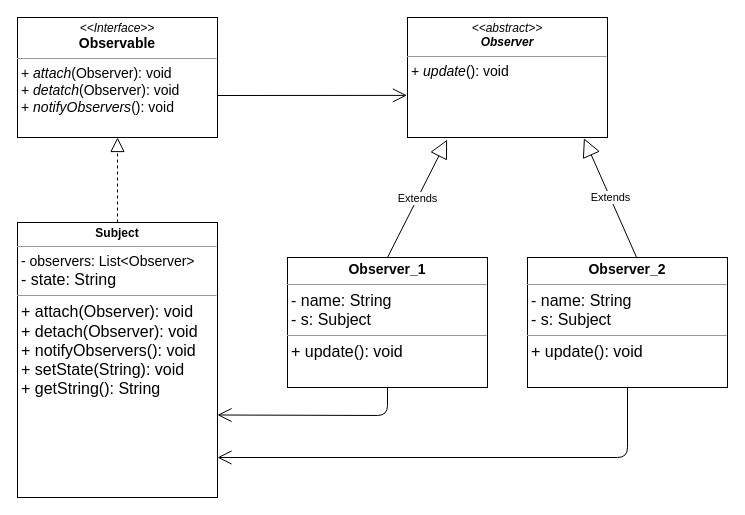
Before: observer_class_pull.drawio in 05-FUEM-I-ComCaveMS/02_Design_Patterns, a draw.io diagram. Source tidied: cells renumbered, new cells numbered last; positions are measured from the earlier drawing's top-left corner, leaving out a move shared by most shapes. Both pictures are drawn from the tidied source at 100%, with x=0, y=0 at pixel (17, 17).
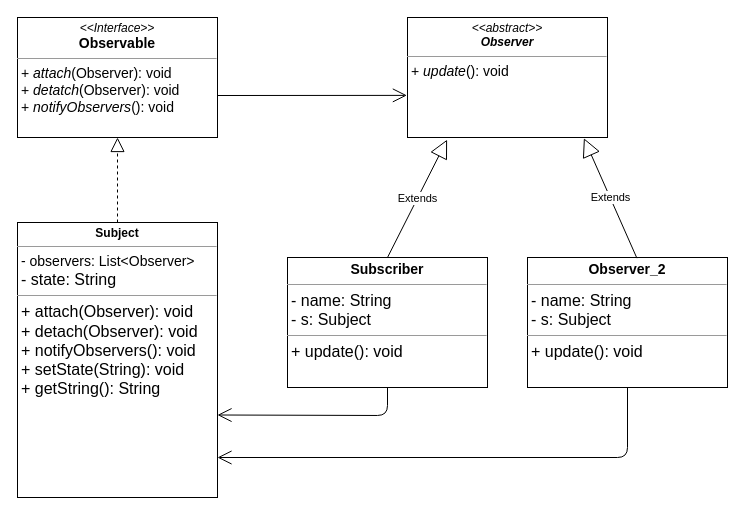
The same page after the edit.

Commit message (it also covers changes not shown here):
observer / Update App/Subscriber

What changed in the source:
```diff
@@
 <mxGraphModel>
   <root>
     <mxCell id="0" />
     <mxCell id="1" parent="0" />
-    <mxCell id="2" value="&lt;p style=&quot;margin: 0px ; margin-top: 4px ; text-align: center&quot;&gt;&lt;b&gt;&lt;font style=&quot;font-size: 14px&quot;&gt;Observer_1&lt;/font&gt;&lt;/b&gt;&lt;/p&gt;&lt;hr size=&quot;1&quot;&gt;&lt;p style=&quot;margin: 0px ; margin-left: 4px&quot;&gt;&lt;font size=&quot;3&quot;&gt;- name: String&lt;/font&gt;&lt;/p&gt;&lt;p style=&quot;margin: 0px ; margin-left: 4px&quot;&gt;&lt;font size=&quot;3&quot;&gt;- s: Subject&lt;/font&gt;&lt;/p&gt;&lt;hr size=&quot;1&quot;&gt;&lt;p style=&quot;margin: 0px ; margin-left: 4px&quot;&gt;&lt;font size=&quot;3&quot;&gt;+&amp;nbsp;&lt;/font&gt;&lt;span style=&quot;font-size: medium&quot;&gt;update&lt;/span&gt;&lt;font size=&quot;3&quot;&gt;(): void&lt;/font&gt;&lt;/p&gt;&lt;p style=&quot;margin: 0px ; margin-left: 4px&quot;&gt;&lt;br&gt;&lt;/p&gt;&lt;p style=&quot;margin: 0px ; margin-left: 4px&quot;&gt;&lt;font size=&quot;3&quot;&gt;&lt;br&gt;&lt;/font&gt;&lt;/p&gt;&lt;p style=&quot;margin: 0px ; margin-left: 4px&quot;&gt;&lt;font size=&quot;3&quot;&gt;&lt;br&gt;&lt;/font&gt;&lt;/p&gt;&lt;p style=&quot;margin: 0px ; margin-left: 4px&quot;&gt;&lt;br&gt;&lt;/p&gt;&lt;p style=&quot;margin: 0px ; margin-left: 4px&quot;&gt;&lt;br&gt;&lt;/p&gt;&lt;p style=&quot;margin: 0px ; margin-left: 4px&quot;&gt;&lt;br&gt;&lt;/p&gt;" style="verticalAlign=top;align=left;overflow=fill;fontSize=12;fontFamily=Helvetica;html=1;" parent="1" vertex="1">
+    <mxCell id="2" value="&lt;p style=&quot;margin: 0px ; margin-top: 4px ; text-align: center&quot;&gt;&lt;span style=&quot;font-size: 14px;&quot;&gt;&lt;b&gt;Subscriber&lt;/b&gt;&lt;/span&gt;&lt;br&gt;&lt;/p&gt;&lt;hr size=&quot;1&quot;&gt;&lt;p style=&quot;margin: 0px ; margin-left: 4px&quot;&gt;&lt;font size=&quot;3&quot;&gt;- name: String&lt;/font&gt;&lt;/p&gt;&lt;p style=&quot;margin: 0px ; margin-left: 4px&quot;&gt;&lt;font size=&quot;3&quot;&gt;- s: Subject&lt;/font&gt;&lt;/p&gt;&lt;hr size=&quot;1&quot;&gt;&lt;p style=&quot;margin: 0px ; margin-left: 4px&quot;&gt;&lt;font size=&quot;3&quot;&gt;+&amp;nbsp;&lt;/font&gt;&lt;span style=&quot;font-size: medium&quot;&gt;update&lt;/span&gt;&lt;font size=&quot;3&quot;&gt;(): void&lt;/font&gt;&lt;/p&gt;&lt;p style=&quot;margin: 0px ; margin-left: 4px&quot;&gt;&lt;br&gt;&lt;/p&gt;&lt;p style=&quot;margin: 0px ; margin-left: 4px&quot;&gt;&lt;font size=&quot;3&quot;&gt;&lt;br&gt;&lt;/font&gt;&lt;/p&gt;&lt;p style=&quot;margin: 0px ; margin-left: 4px&quot;&gt;&lt;font size=&quot;3&quot;&gt;&lt;br&gt;&lt;/font&gt;&lt;/p&gt;&lt;p style=&quot;margin: 0px ; margin-left: 4px&quot;&gt;&lt;br&gt;&lt;/p&gt;&lt;p style=&quot;margin: 0px ; margin-left: 4px&quot;&gt;&lt;br&gt;&lt;/p&gt;&lt;p style=&quot;margin: 0px ; margin-left: 4px&quot;&gt;&lt;br&gt;&lt;/p&gt;" style="verticalAlign=top;align=left;overflow=fill;fontSize=12;fontFamily=Helvetica;html=1;" parent="1" vertex="1">
       <mxGeometry x="270" y="240" width="200" height="130" as="geometry" />
     </mxCell>
     <mxCell id="3" style="edgeStyle=orthogonalEdgeStyle;rounded=0;orthogonalLoop=1;jettySize=auto;html=1;exitX=0.5;exitY=1;exitDx=0;exitDy=0;" parent="1" edge="1" source="2" target="2">
       <mxGeometry relative="1" as="geometry" />
     </mxCell>
     <mxCell id="4" value="&lt;p style=&quot;margin: 0px ; margin-top: 4px ; text-align: center&quot;&gt;&lt;b&gt;&lt;font style=&quot;font-size: 12px&quot;&gt;Subject&lt;/font&gt;&lt;/b&gt;&lt;/p&gt;&lt;hr size=&quot;1&quot;&gt;&lt;p style=&quot;margin: 0px ; margin-left: 4px&quot;&gt;&lt;font style=&quot;font-size: 14px&quot;&gt;- observers: List&amp;lt;Observer&amp;gt;&lt;/font&gt;&lt;/p&gt;&lt;p style=&quot;margin: 0px ; margin-left: 4px&quot;&gt;&lt;font size=&quot;3&quot;&gt;- state: String&lt;/font&gt;&lt;/p&gt;&lt;hr size=&quot;1&quot;&gt;&lt;p style=&quot;margin: 0px ; margin-left: 4px&quot;&gt;&lt;font size=&quot;3&quot;&gt;+&amp;nbsp;attach(Observer): void&lt;/font&gt;&lt;/p&gt;&lt;p style=&quot;margin: 0px ; margin-left: 4px&quot;&gt;&lt;font size=&quot;3&quot;&gt;+ detach&lt;/font&gt;&lt;font size=&quot;3&quot;&gt;(Observer): void&lt;br&gt;+ notifyObservers(): void&lt;/font&gt;&lt;/p&gt;&lt;p style=&quot;margin: 0px ; margin-left: 4px&quot;&gt;&lt;font size=&quot;3&quot;&gt;+ setState(String): void&lt;/font&gt;&lt;/p&gt;&lt;p style=&quot;margin: 0px ; margin-left: 4px&quot;&gt;&lt;font size=&quot;3&quot;&gt;+ getString(): String&lt;/font&gt;&lt;/p&gt;&lt;br&gt;&lt;p style=&quot;margin: 0px ; margin-left: 4px&quot;&gt;&lt;font size=&quot;3&quot;&gt;&lt;br&gt;&lt;/font&gt;&lt;/p&gt;&lt;p style=&quot;margin: 0px ; margin-left: 4px&quot;&gt;&lt;font size=&quot;3&quot;&gt;&lt;br&gt;&lt;/font&gt;&lt;/p&gt;&lt;p style=&quot;margin: 0px ; margin-left: 4px&quot;&gt;&lt;br&gt;&lt;/p&gt;&lt;p style=&quot;margin: 0px ; margin-left: 4px&quot;&gt;&lt;br&gt;&lt;/p&gt;&lt;p style=&quot;margin: 0px ; margin-left: 4px&quot;&gt;&lt;br&gt;&lt;/p&gt;" style="verticalAlign=top;align=left;overflow=fill;fontSize=12;fontFamily=Helvetica;html=1;" parent="1" vertex="1">
       <mxGeometry y="205" width="200" height="275" as="geometry" />
     </mxCell>
     <mxCell id="5" style="edgeStyle=orthogonalEdgeStyle;rounded=0;orthogonalLoop=1;jettySize=auto;html=1;exitX=0.5;exitY=1;exitDx=0;exitDy=0;" parent="1" edge="1">
       <mxGeometry relative="1" as="geometry">
         <mxPoint x="290" y="240" as="sourcePoint" />
         <mxPoint x="290" y="240" as="targetPoint" />
       </mxGeometry>
     </mxCell>
     <mxCell id="6" value="&lt;p style=&quot;margin: 0px ; margin-top: 4px ; text-align: center&quot;&gt;&lt;i&gt;&amp;lt;&amp;lt;Interface&amp;gt;&amp;gt;&lt;/i&gt;&lt;br&gt;&lt;b&gt;&lt;font style=&quot;font-size: 14px&quot;&gt;Observable&lt;/font&gt;&lt;/b&gt;&lt;/p&gt;&lt;hr size=&quot;1&quot;&gt;&lt;p style=&quot;margin: 0px ; margin-left: 4px&quot;&gt;&lt;font style=&quot;font-size: 14px&quot;&gt;+ &lt;i&gt;attach&lt;/i&gt;(Observer): void&lt;br&gt;+ &lt;i&gt;detatch&lt;/i&gt;(Observer): void&lt;br&gt;&lt;/font&gt;&lt;/p&gt;&lt;p style=&quot;margin: 0px ; margin-left: 4px&quot;&gt;&lt;font style=&quot;font-size: 14px&quot;&gt;+ &lt;i&gt;notifyObservers&lt;/i&gt;(): void&lt;/font&gt;&lt;br&gt;&lt;/p&gt;" style="verticalAlign=top;align=left;overflow=fill;fontSize=12;fontFamily=Helvetica;html=1;" parent="1" vertex="1">
       <mxGeometry width="200" height="120" as="geometry" />
     </mxCell>
     <mxCell id="7" value="&lt;p style=&quot;margin: 0px ; margin-top: 4px ; text-align: center&quot;&gt;&lt;i&gt;&amp;lt;&amp;lt;abstract&amp;gt;&amp;gt;&lt;/i&gt;&lt;br&gt;&lt;b&gt;&lt;i&gt;Observer&lt;/i&gt;&lt;/b&gt;&lt;/p&gt;&lt;hr size=&quot;1&quot;&gt;&lt;p style=&quot;margin: 0px ; margin-left: 4px&quot;&gt;&lt;span style=&quot;font-size: 14px&quot;&gt;+ &lt;/span&gt;&lt;i style=&quot;font-size: 14px&quot;&gt;update&lt;/i&gt;&lt;span style=&quot;font-size: 14px&quot;&gt;(): void&lt;/span&gt;&lt;br&gt;&lt;/p&gt;" style="verticalAlign=top;align=left;overflow=fill;fontSize=12;fontFamily=Helvetica;html=1;" parent="1" vertex="1">
       <mxGeometry x="390" width="200" height="120" as="geometry" />
     </mxCell>
     <mxCell id="8" style="endArrow=block;dashed=1;endFill=0;endSize=12;html=1;exitX=0.5;exitY=0;exitDx=0;exitDy=0;entryX=0.5;entryY=1;entryDx=0;entryDy=0;" parent="1" edge="1" source="4" target="6">
       <mxGeometry relative="1" as="geometry" />
     </mxCell>
     <mxCell id="9" value="&lt;p style=&quot;margin: 0px ; margin-top: 4px ; text-align: center&quot;&gt;&lt;b&gt;&lt;font style=&quot;font-size: 14px&quot;&gt;Observer_2&lt;/font&gt;&lt;/b&gt;&lt;/p&gt;&lt;hr size=&quot;1&quot;&gt;&lt;p style=&quot;margin: 0px ; margin-left: 4px&quot;&gt;&lt;font size=&quot;3&quot;&gt;- name: String&lt;/font&gt;&lt;/p&gt;&lt;p style=&quot;margin: 0px ; margin-left: 4px&quot;&gt;&lt;font size=&quot;3&quot;&gt;- s: Subject&lt;/font&gt;&lt;/p&gt;&lt;hr size=&quot;1&quot;&gt;&lt;p style=&quot;margin: 0px ; margin-left: 4px&quot;&gt;&lt;font size=&quot;3&quot;&gt;+&amp;nbsp;&lt;/font&gt;&lt;span style=&quot;font-size: medium&quot;&gt;update&lt;/span&gt;&lt;font size=&quot;3&quot;&gt;(): void&lt;/font&gt;&lt;/p&gt;&lt;p style=&quot;margin: 0px ; margin-left: 4px&quot;&gt;&lt;br&gt;&lt;/p&gt;&lt;p style=&quot;margin: 0px ; margin-left: 4px&quot;&gt;&lt;font size=&quot;3&quot;&gt;&lt;br&gt;&lt;/font&gt;&lt;/p&gt;&lt;p style=&quot;margin: 0px ; margin-left: 4px&quot;&gt;&lt;font size=&quot;3&quot;&gt;&lt;br&gt;&lt;/font&gt;&lt;/p&gt;&lt;p style=&quot;margin: 0px ; margin-left: 4px&quot;&gt;&lt;br&gt;&lt;/p&gt;&lt;p style=&quot;margin: 0px ; margin-left: 4px&quot;&gt;&lt;br&gt;&lt;/p&gt;&lt;p style=&quot;margin: 0px ; margin-left: 4px&quot;&gt;&lt;br&gt;&lt;/p&gt;" style="verticalAlign=top;align=left;overflow=fill;fontSize=12;fontFamily=Helvetica;html=1;" parent="1" vertex="1">
       <mxGeometry x="510" y="240" width="200" height="130" as="geometry" />
     </mxCell>
     <mxCell id="10" value="Extends" style="endArrow=block;endSize=16;endFill=0;html=1;exitX=0.5;exitY=0;exitDx=0;exitDy=0;entryX=0.198;entryY=1.018;entryDx=0;entryDy=0;entryPerimeter=0;" parent="1" edge="1" source="2" target="7">
       <mxGeometry relative="1" as="geometry" />
     </mxCell>
     <mxCell id="11" value="Extends" style="endArrow=block;endSize=16;endFill=0;html=1;exitX=0.547;exitY=0.005;exitDx=0;exitDy=0;exitPerimeter=0;entryX=0.882;entryY=1.006;entryDx=0;entryDy=0;entryPerimeter=0;" parent="1" edge="1" source="9" target="7">
       <mxGeometry relative="1" as="geometry" />
     </mxCell>
     <mxCell id="12" style="endArrow=open;endFill=1;endSize=12;html=1;" parent="1" edge="1">
       <mxGeometry relative="1" as="geometry">
         <mxPoint x="610" y="370" as="sourcePoint" />
         <mxPoint x="200" y="440" as="targetPoint" />
         <Array as="points">
           <mxPoint x="610" y="440" />
         </Array>
       </mxGeometry>
     </mxCell>
     <mxCell id="13" style="endArrow=open;endFill=1;endSize=12;html=1;exitX=0.5;exitY=1;exitDx=0;exitDy=0;entryX=1;entryY=0.7;entryDx=0;entryDy=0;entryPerimeter=0;" parent="1" edge="1" source="2" target="4">
       <mxGeometry relative="1" as="geometry">
         <Array as="points">
           <mxPoint x="370" y="398" />
         </Array>
       </mxGeometry>
     </mxCell>
     <mxCell id="14" style="endArrow=open;endFill=1;endSize=12;html=1;entryX=-0.003;entryY=0.649;entryDx=0;entryDy=0;entryPerimeter=0;" parent="1" edge="1" target="7">
       <mxGeometry relative="1" as="geometry">
         <mxPoint x="200" y="78" as="sourcePoint" />
       </mxGeometry>
     </mxCell>
   </root>
 </mxGraphModel>
```
